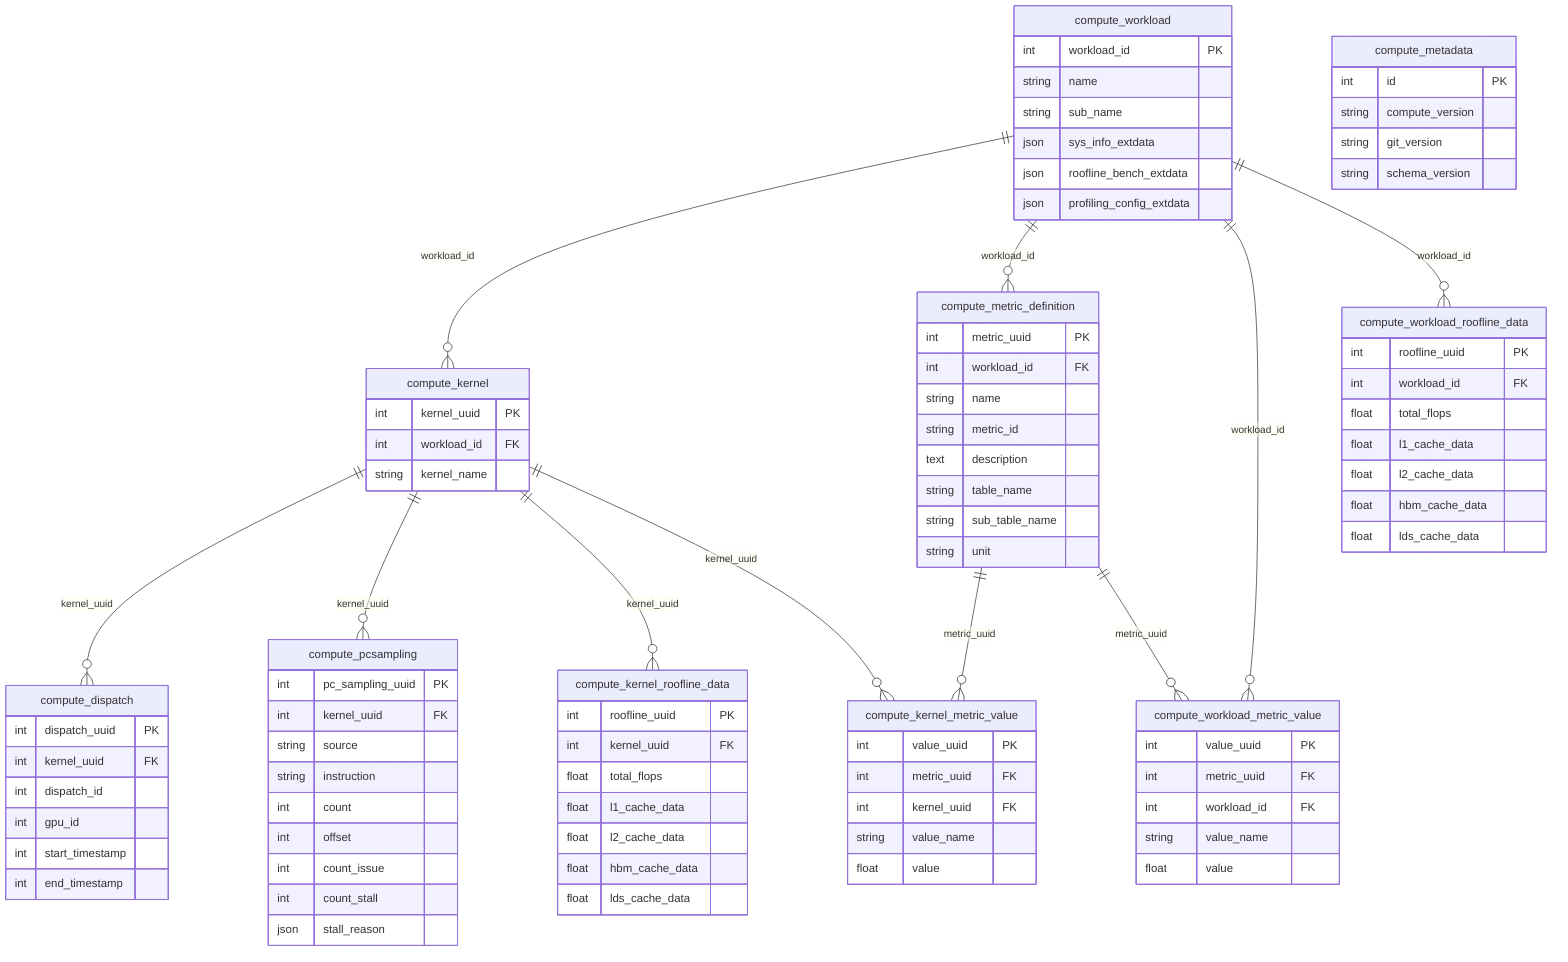
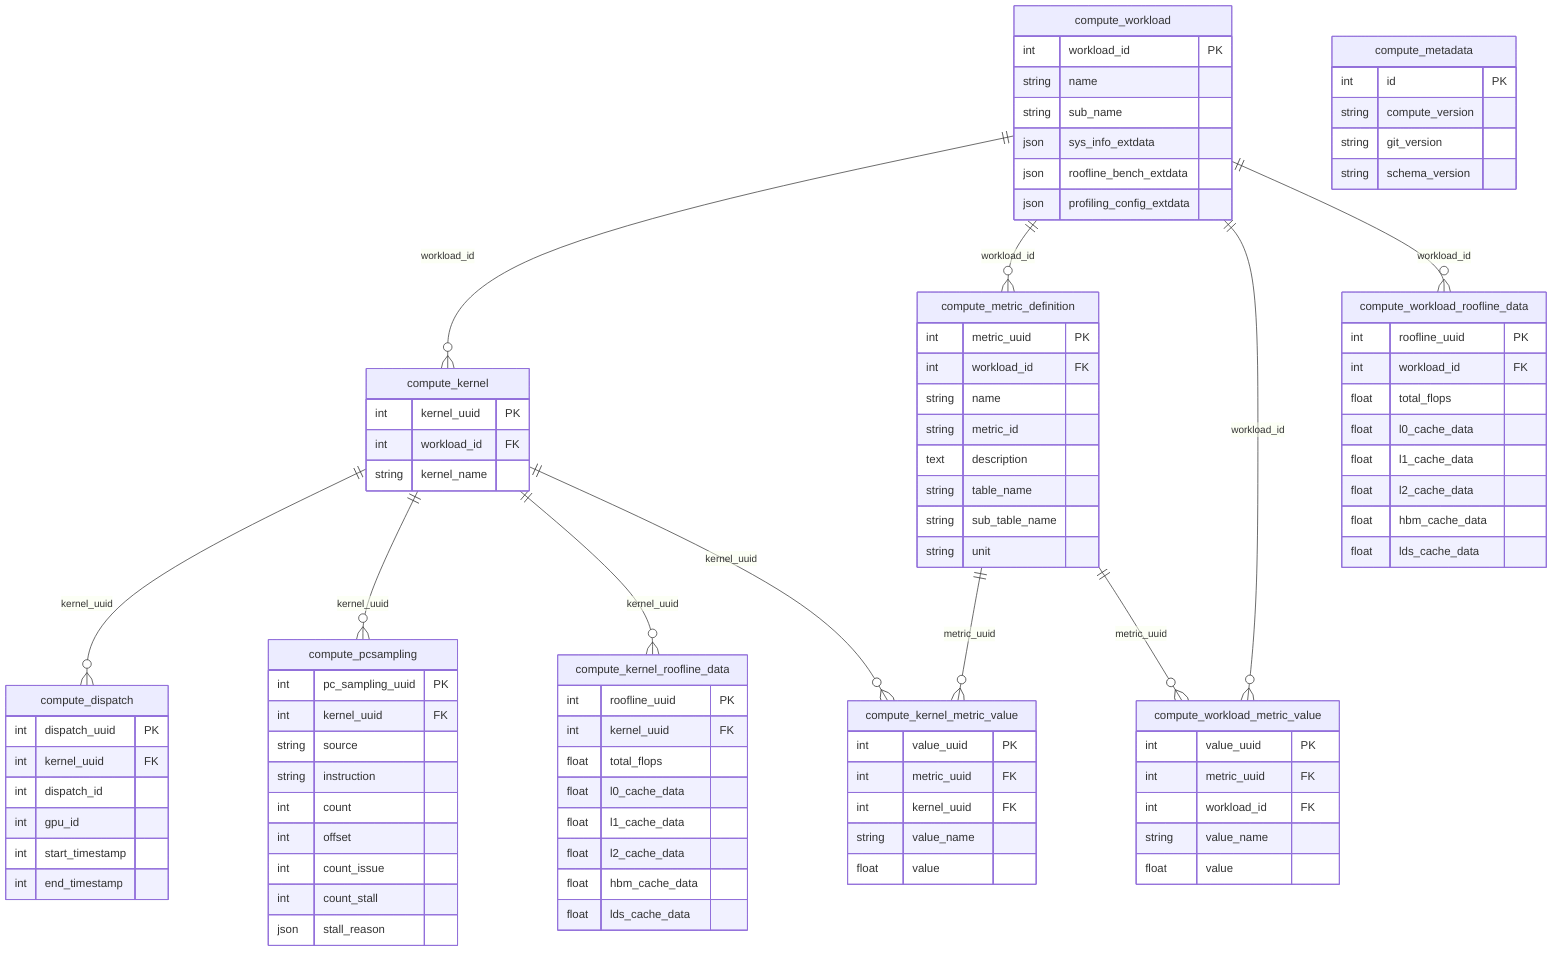
%% Source for analysis_data_dump_schema.png. Re-export the PNG via draw.io.
%% Tables and relationships mirror src/utils/analysis_orm.py.

erDiagram
    compute_workload {
        int workload_id PK
        string name
        string sub_name
        json sys_info_extdata
        json roofline_bench_extdata
        json profiling_config_extdata
    }

    compute_metric_definition {
        int metric_uuid PK
        int workload_id FK
        string name
        string metric_id
        text description
        string table_name
        string sub_table_name
        string unit
    }

    compute_kernel {
        int kernel_uuid PK
        int workload_id FK
        string kernel_name
    }

    compute_dispatch {
        int dispatch_uuid PK
        int kernel_uuid FK
        int dispatch_id
        int gpu_id
        int start_timestamp
        int end_timestamp
    }

    compute_pcsampling {
        int pc_sampling_uuid PK
        int kernel_uuid FK
        string source
        string instruction
        int count
        int offset
        int count_issue
        int count_stall
        json stall_reason
    }

    compute_kernel_roofline_data {
        int roofline_uuid PK
        int kernel_uuid FK
        float total_flops
+         float l0_cache_data
        float l1_cache_data
        float l2_cache_data
        float hbm_cache_data
        float lds_cache_data
    }

    compute_kernel_metric_value {
        int value_uuid PK
        int metric_uuid FK
        int kernel_uuid FK
        string value_name
        float value
    }

    compute_workload_metric_value {
        int value_uuid PK
        int metric_uuid FK
        int workload_id FK
        string value_name
        float value
    }

    compute_workload_roofline_data {
        int roofline_uuid PK
        int workload_id FK
        float total_flops
+         float l0_cache_data
        float l1_cache_data
        float l2_cache_data
        float hbm_cache_data
        float lds_cache_data
    }

    compute_metadata {
        int id PK
        string compute_version
        string git_version
        string schema_version
    }

    compute_workload ||--o{ compute_kernel : workload_id
    compute_workload ||--o{ compute_metric_definition : workload_id
    compute_workload ||--o{ compute_workload_metric_value : workload_id
    compute_workload ||--o{ compute_workload_roofline_data : workload_id

    compute_kernel ||--o{ compute_dispatch : kernel_uuid
    compute_kernel ||--o{ compute_pcsampling : kernel_uuid
    compute_kernel ||--o{ compute_kernel_roofline_data : kernel_uuid
    compute_kernel ||--o{ compute_kernel_metric_value : kernel_uuid

    compute_metric_definition ||--o{ compute_kernel_metric_value : metric_uuid
    compute_metric_definition ||--o{ compute_workload_metric_value : metric_uuid
